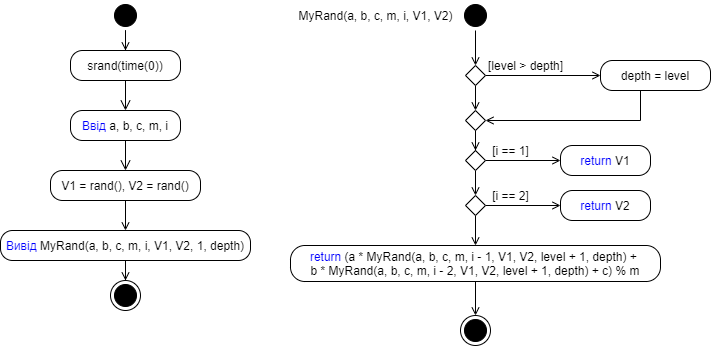
Before: UML.png, a diagram exported from draw.io (fhctyw/Lab5.5). Source tidied: cells renumbered, new cells last; positions are measured from the earlier drawing's top-left corner, leaving out a move shared by most shapes. Its diagram source:
```xml
<mxGraphModel>
  <root>
    <mxCell id="0" />
    <mxCell id="1" parent="0" />
    <mxCell id="2" style="edgeStyle=orthogonalEdgeStyle;rounded=0;jettySize=auto;html=1;entryX=0.5;entryY=0;entryDx=0;entryDy=0;endArrow=open;endFill=0;" parent="1" edge="1" source="3" target="18">
      <mxGeometry relative="1" as="geometry" />
    </mxCell>
    <mxCell id="3" style="ellipse;html=1;shape=startState;fillColor=#000000;strokeColor=#000000;" parent="1" vertex="1">
      <mxGeometry x="110" width="30" height="30" as="geometry" />
    </mxCell>
    <mxCell id="4" style="edgeStyle=orthogonalEdgeStyle;html=1;verticalAlign=bottom;endArrow=open;endSize=8;strokeColor=#000000;rounded=0;entryX=0.5;entryY=0;entryDx=0;entryDy=0;" parent="1" edge="1" target="5">
      <mxGeometry relative="1" as="geometry">
        <mxPoint x="125" y="80" as="sourcePoint" />
      </mxGeometry>
    </mxCell>
    <mxCell id="5" value="&lt;font color=&quot;#0000ff&quot;&gt;Ввід&lt;/font&gt; a, b, c, m, i" style="rounded=1;whiteSpace=wrap;html=1;arcSize=40;" parent="1" vertex="1">
      <mxGeometry x="70" y="110" width="110" height="30" as="geometry" />
    </mxCell>
    <mxCell id="6" style="edgeStyle=orthogonalEdgeStyle;html=1;verticalAlign=bottom;endArrow=open;endSize=8;rounded=0;entryX=0.5;entryY=0;entryDx=0;entryDy=0;" parent="1" edge="1" source="5" target="8">
      <mxGeometry relative="1" as="geometry" />
    </mxCell>
    <mxCell id="7" style="edgeStyle=orthogonalEdgeStyle;rounded=0;jettySize=auto;html=1;entryX=0.5;entryY=0;entryDx=0;entryDy=0;strokeColor=#000000;endArrow=open;endFill=0;" parent="1" edge="1" source="8" target="10">
      <mxGeometry relative="1" as="geometry" />
    </mxCell>
    <mxCell id="8" value="V1 = rand(), V2 = rand()" style="rounded=1;whiteSpace=wrap;html=1;arcSize=40;" parent="1" vertex="1">
      <mxGeometry x="50" y="170" width="150" height="30" as="geometry" />
    </mxCell>
    <mxCell id="9" style="edgeStyle=orthogonalEdgeStyle;rounded=0;jettySize=auto;html=1;entryX=0.5;entryY=0;entryDx=0;entryDy=0;endArrow=open;endFill=0;strokeColor=#000000;" parent="1" edge="1" source="10" target="11">
      <mxGeometry relative="1" as="geometry" />
    </mxCell>
    <mxCell id="10" value="&lt;font color=&quot;#0000ff&quot;&gt;Вивід&lt;/font&gt; MyRand(a, b, c, m, i, V1, V2, 1, depth)" style="rounded=1;whiteSpace=wrap;html=1;arcSize=40;" parent="1" vertex="1">
      <mxGeometry y="230" width="250" height="30" as="geometry" />
    </mxCell>
    <mxCell id="11" style="ellipse;html=1;shape=endState;fillColor=#000000;strokeColor=#000000;" parent="1" vertex="1">
      <mxGeometry x="110" y="280" width="30" height="30" as="geometry" />
    </mxCell>
    <mxCell id="12" style="edgeStyle=orthogonalEdgeStyle;rounded=0;jettySize=auto;html=1;entryX=0.5;entryY=0;entryDx=0;entryDy=0;endArrow=open;endFill=0;strokeColor=#000000;" parent="1" edge="1" source="13" target="17">
      <mxGeometry relative="1" as="geometry" />
    </mxCell>
    <mxCell id="13" style="ellipse;html=1;shape=startState;fillColor=#000000;strokeColor=#000000;" parent="1" vertex="1">
      <mxGeometry x="460" width="30" height="30" as="geometry" />
    </mxCell>
    <mxCell id="14" value="MyRand(a, b, c, m, i, V1, V2)" style="text;html=1;align=center;verticalAlign=middle;strokeColor=none;fillColor=none;" parent="1" vertex="1">
      <mxGeometry x="290" y="5" width="170" height="20" as="geometry" />
    </mxCell>
    <mxCell id="15" style="edgeStyle=orthogonalEdgeStyle;rounded=0;jettySize=auto;html=1;endArrow=open;endFill=0;" parent="1" edge="1" source="17" target="20">
      <mxGeometry relative="1" as="geometry" />
    </mxCell>
    <mxCell id="16" style="edgeStyle=orthogonalEdgeStyle;rounded=0;jettySize=auto;html=1;entryX=0.5;entryY=0;entryDx=0;entryDy=0;endArrow=open;endFill=0;" parent="1" edge="1" source="17" target="36">
      <mxGeometry relative="1" as="geometry" />
    </mxCell>
    <mxCell id="17" style="rhombus;whiteSpace=wrap;html=1;strokeColor=#000000;" parent="1" vertex="1">
      <mxGeometry x="465" y="65" width="20" height="20" as="geometry" />
    </mxCell>
    <mxCell id="18" value="srand(time(0))" style="rounded=1;whiteSpace=wrap;html=1;arcSize=40;" parent="1" vertex="1">
      <mxGeometry x="70" y="50" width="110" height="30" as="geometry" />
    </mxCell>
    <mxCell id="19" style="edgeStyle=orthogonalEdgeStyle;rounded=0;jettySize=auto;html=1;entryX=1;entryY=0.5;entryDx=0;entryDy=0;endArrow=open;endFill=0;" parent="1" edge="1" source="20" target="36">
      <mxGeometry relative="1" as="geometry">
        <Array as="points">
          <mxPoint x="640" y="120" />
        </Array>
      </mxGeometry>
    </mxCell>
    <mxCell id="20" value="depth = level" style="rounded=1;whiteSpace=wrap;html=1;arcSize=40;" parent="1" vertex="1">
      <mxGeometry x="600" y="60" width="110" height="30" as="geometry" />
    </mxCell>
    <mxCell id="21" value="[level &amp;gt; depth]" style="text;html=1;align=center;verticalAlign=middle;strokeColor=none;fillColor=none;" parent="1" vertex="1">
      <mxGeometry x="480" y="55" width="90" height="20" as="geometry" />
    </mxCell>
    <mxCell id="22" style="edgeStyle=orthogonalEdgeStyle;rounded=0;jettySize=auto;html=1;entryX=0;entryY=0.5;entryDx=0;entryDy=0;endArrow=open;endFill=0;" parent="1" edge="1" source="24" target="25">
      <mxGeometry relative="1" as="geometry" />
    </mxCell>
    <mxCell id="23" style="edgeStyle=orthogonalEdgeStyle;rounded=0;jettySize=auto;html=1;entryX=0.5;entryY=0;entryDx=0;entryDy=0;endArrow=open;endFill=0;" parent="1" edge="1" source="24" target="29">
      <mxGeometry relative="1" as="geometry" />
    </mxCell>
    <mxCell id="24" style="rhombus;whiteSpace=wrap;html=1;strokeColor=#000000;" parent="1" vertex="1">
      <mxGeometry x="465" y="150" width="20" height="20" as="geometry" />
    </mxCell>
    <mxCell id="25" value="&lt;font color=&quot;#0000ff&quot;&gt;return&lt;/font&gt; V1" style="rounded=1;whiteSpace=wrap;html=1;arcSize=40;" parent="1" vertex="1">
      <mxGeometry x="560" y="145" width="90" height="30" as="geometry" />
    </mxCell>
    <mxCell id="26" value="[i == 1]" style="text;html=1;align=center;verticalAlign=middle;strokeColor=none;fillColor=none;" parent="1" vertex="1">
      <mxGeometry x="485" y="140" width="50" height="20" as="geometry" />
    </mxCell>
    <mxCell id="27" style="edgeStyle=orthogonalEdgeStyle;rounded=0;jettySize=auto;html=1;entryX=0;entryY=0.5;entryDx=0;entryDy=0;endArrow=open;endFill=0;" parent="1" edge="1" source="29" target="30">
      <mxGeometry relative="1" as="geometry" />
    </mxCell>
    <mxCell id="28" style="edgeStyle=orthogonalEdgeStyle;rounded=0;jettySize=auto;html=1;entryX=0.5;entryY=0;entryDx=0;entryDy=0;endArrow=open;endFill=0;" parent="1" edge="1" source="29" target="33">
      <mxGeometry relative="1" as="geometry" />
    </mxCell>
    <mxCell id="29" style="rhombus;whiteSpace=wrap;html=1;strokeColor=#000000;" parent="1" vertex="1">
      <mxGeometry x="465" y="195" width="20" height="20" as="geometry" />
    </mxCell>
    <mxCell id="30" value="&lt;font color=&quot;#0000ff&quot;&gt;return&lt;/font&gt; V2" style="rounded=1;whiteSpace=wrap;html=1;arcSize=40;" parent="1" vertex="1">
      <mxGeometry x="560" y="190" width="90" height="30" as="geometry" />
    </mxCell>
    <mxCell id="31" value="[i == 2]" style="text;html=1;align=center;verticalAlign=middle;strokeColor=none;fillColor=none;" parent="1" vertex="1">
      <mxGeometry x="485" y="185" width="50" height="20" as="geometry" />
    </mxCell>
    <mxCell id="32" style="edgeStyle=orthogonalEdgeStyle;rounded=0;jettySize=auto;html=1;entryX=0.5;entryY=0;entryDx=0;entryDy=0;endArrow=open;endFill=0;" parent="1" edge="1" source="33" target="34">
      <mxGeometry relative="1" as="geometry" />
    </mxCell>
    <mxCell id="33" value="&lt;font color=&quot;#0000ff&quot;&gt;return&lt;/font&gt; (a * MyRand(a, b, c, m, i - 1, V1, V2, level + 1, depth) + &lt;br&gt;b * MyRand(a, b, c, m, i - 2, V1, V2, level + 1, depth) + c) % m" style="rounded=1;whiteSpace=wrap;html=1;arcSize=40;" parent="1" vertex="1">
      <mxGeometry x="290" y="245" width="370" height="36" as="geometry" />
    </mxCell>
    <mxCell id="34" style="ellipse;html=1;shape=endState;fillColor=#000000;strokeColor=#000000;" parent="1" vertex="1">
      <mxGeometry x="460" y="315" width="30" height="30" as="geometry" />
    </mxCell>
    <mxCell id="35" style="edgeStyle=orthogonalEdgeStyle;rounded=0;jettySize=auto;html=1;entryX=0.5;entryY=0;entryDx=0;entryDy=0;endArrow=open;endFill=0;" parent="1" edge="1" source="36" target="24">
      <mxGeometry relative="1" as="geometry" />
    </mxCell>
    <mxCell id="36" style="rhombus;whiteSpace=wrap;html=1;strokeColor=#000000;" parent="1" vertex="1">
      <mxGeometry x="465" y="110" width="20" height="20" as="geometry" />
    </mxCell>
  </root>
</mxGraphModel>
```
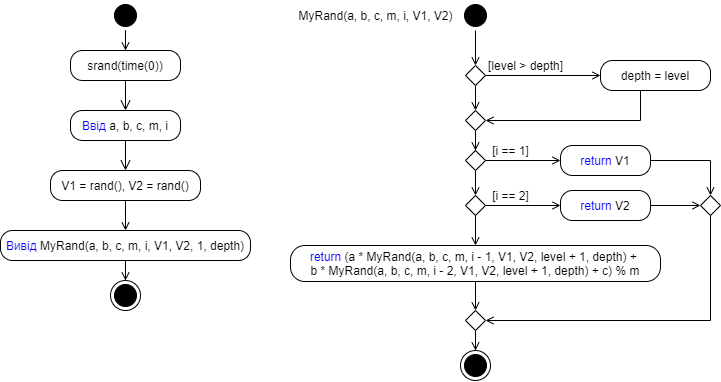
Later version of the same file.

Commit message:
remake diagrams

What changed in the source:
```diff
@@ -77,6 +77,9 @@
     <mxCell id="24" style="rhombus;whiteSpace=wrap;html=1;strokeColor=#000000;" parent="1" vertex="1">
       <mxGeometry x="465" y="150" width="20" height="20" as="geometry" />
     </mxCell>
+    <mxCell id="37" style="edgeStyle=orthogonalEdgeStyle;rounded=0;jettySize=auto;html=1;entryX=0.5;entryY=0;entryDx=0;entryDy=0;endArrow=open;endFill=0;" parent="1" edge="1" source="25" target="41">
+      <mxGeometry relative="1" as="geometry" />
+    </mxCell>
     <mxCell id="25" value="&lt;font color=&quot;#0000ff&quot;&gt;return&lt;/font&gt; V1" style="rounded=1;whiteSpace=wrap;html=1;arcSize=40;" parent="1" vertex="1">
       <mxGeometry x="560" y="145" width="90" height="30" as="geometry" />
     </mxCell>
@@ -92,20 +95,23 @@
     <mxCell id="29" style="rhombus;whiteSpace=wrap;html=1;strokeColor=#000000;" parent="1" vertex="1">
       <mxGeometry x="465" y="195" width="20" height="20" as="geometry" />
     </mxCell>
+    <mxCell id="38" style="edgeStyle=orthogonalEdgeStyle;rounded=0;jettySize=auto;html=1;entryX=0;entryY=0.5;entryDx=0;entryDy=0;endArrow=open;endFill=0;" parent="1" edge="1" source="30" target="41">
+      <mxGeometry relative="1" as="geometry" />
+    </mxCell>
     <mxCell id="30" value="&lt;font color=&quot;#0000ff&quot;&gt;return&lt;/font&gt; V2" style="rounded=1;whiteSpace=wrap;html=1;arcSize=40;" parent="1" vertex="1">
       <mxGeometry x="560" y="190" width="90" height="30" as="geometry" />
     </mxCell>
     <mxCell id="31" value="[i == 2]" style="text;html=1;align=center;verticalAlign=middle;strokeColor=none;fillColor=none;" parent="1" vertex="1">
       <mxGeometry x="485" y="185" width="50" height="20" as="geometry" />
     </mxCell>
-    <mxCell id="32" style="edgeStyle=orthogonalEdgeStyle;rounded=0;jettySize=auto;html=1;entryX=0.5;entryY=0;entryDx=0;entryDy=0;endArrow=open;endFill=0;" parent="1" edge="1" source="33" target="34">
-      <mxGeometry relative="1" as="geometry" />
-    </mxCell>
+    <mxCell id="39" style="edgeStyle=orthogonalEdgeStyle;rounded=0;jettySize=auto;html=1;entryX=0.5;entryY=0;entryDx=0;entryDy=0;endArrow=open;endFill=0;" parent="1" edge="1" source="33" target="43">
+      <mxGeometry relative="1" as="geometry" />
+    </mxCell>
     <mxCell id="33" value="&lt;font color=&quot;#0000ff&quot;&gt;return&lt;/font&gt; (a * MyRand(a, b, c, m, i - 1, V1, V2, level + 1, depth) + &lt;br&gt;b * MyRand(a, b, c, m, i - 2, V1, V2, level + 1, depth) + c) % m" style="rounded=1;whiteSpace=wrap;html=1;arcSize=40;" parent="1" vertex="1">
       <mxGeometry x="290" y="245" width="370" height="36" as="geometry" />
     </mxCell>
     <mxCell id="34" style="ellipse;html=1;shape=endState;fillColor=#000000;strokeColor=#000000;" parent="1" vertex="1">
-      <mxGeometry x="460" y="315" width="30" height="30" as="geometry" />
+      <mxGeometry x="460" y="350" width="30" height="30" as="geometry" />
     </mxCell>
     <mxCell id="35" style="edgeStyle=orthogonalEdgeStyle;rounded=0;jettySize=auto;html=1;entryX=0.5;entryY=0;entryDx=0;entryDy=0;endArrow=open;endFill=0;" parent="1" edge="1" source="36" target="24">
       <mxGeometry relative="1" as="geometry" />
@@ -113,5 +119,21 @@
     <mxCell id="36" style="rhombus;whiteSpace=wrap;html=1;strokeColor=#000000;" parent="1" vertex="1">
       <mxGeometry x="465" y="110" width="20" height="20" as="geometry" />
     </mxCell>
+    <mxCell id="40" style="edgeStyle=orthogonalEdgeStyle;rounded=0;jettySize=auto;html=1;entryX=1;entryY=0.5;entryDx=0;entryDy=0;endArrow=open;endFill=0;" parent="1" edge="1" source="41" target="43">
+      <mxGeometry relative="1" as="geometry">
+        <Array as="points">
+          <mxPoint x="710" y="320" />
+        </Array>
+      </mxGeometry>
+    </mxCell>
+    <mxCell id="41" style="rhombus;whiteSpace=wrap;html=1;strokeColor=#000000;" parent="1" vertex="1">
+      <mxGeometry x="700" y="195" width="20" height="20" as="geometry" />
+    </mxCell>
+    <mxCell id="42" style="edgeStyle=orthogonalEdgeStyle;rounded=0;jettySize=auto;html=1;entryX=0.5;entryY=0;entryDx=0;entryDy=0;endArrow=open;endFill=0;" parent="1" edge="1" source="43" target="34">
+      <mxGeometry relative="1" as="geometry" />
+    </mxCell>
+    <mxCell id="43" style="rhombus;whiteSpace=wrap;html=1;strokeColor=#000000;" parent="1" vertex="1">
+      <mxGeometry x="465" y="310" width="20" height="20" as="geometry" />
+    </mxCell>
   </root>
 </mxGraphModel>
```
